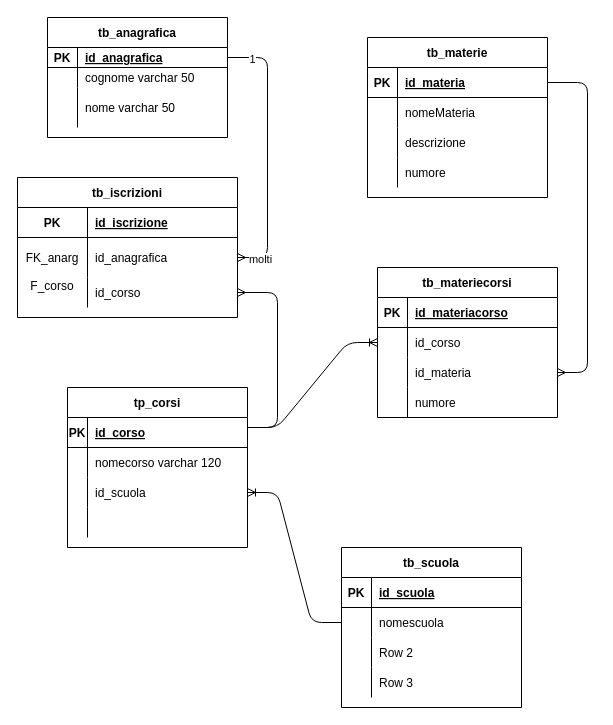
The draw.io diagram Untitled Diagram.drawio in andreabesso/andreabesso, before the edit. Source tidied: cells renumbered, new cells numbered last; positions are measured from the earlier drawing's top-left corner, leaving out a move shared by most shapes. Both pictures are drawn from the tidied source at 100%, with x=0, y=0 at pixel (17, 17).
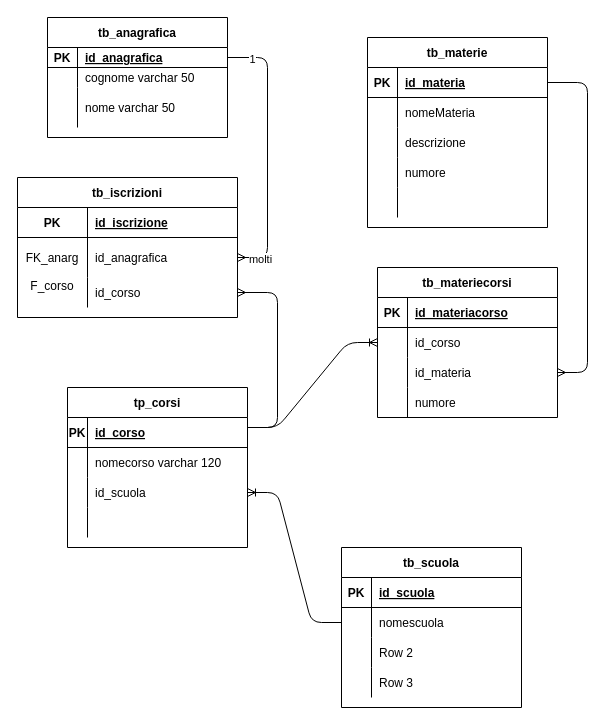
Above is the later version.

Change to the diagram source:
```diff
@@
     <mxCell id="68" value="tb_materie" style="shape=table;startSize=30;childLayout=tableLayout;rowLines=0;fontStyle=1;align=center;" parent="1" vertex="1">
-      <mxGeometry x="350" y="20" width="180" height="160" as="geometry" />
+      <mxGeometry x="350" y="20" width="180" height="190" as="geometry" />
     </mxCell>
@@
+    <mxCell id="81" style="shape=partialRectangle;fillColor=none;top=0;left=0;bottom=0;right=0;" parent="68" vertex="1">
+      <mxGeometry y="150" width="180" height="30" as="geometry" />
+    </mxCell>
+    <mxCell id="82" style="shape=partialRectangle;fillColor=none;top=0;left=0;bottom=0;right=0;overflow=hidden;" parent="81" vertex="1">
+      <mxGeometry width="30" height="30" as="geometry" />
+    </mxCell>
+    <mxCell id="83" style="shape=partialRectangle;fillColor=none;top=0;left=0;bottom=0;right=0;align=left;spacingLeft=6;overflow=hidden;" parent="81" vertex="1">
+      <mxGeometry x="30" width="150" height="30" as="geometry" />
+    </mxCell>
```
